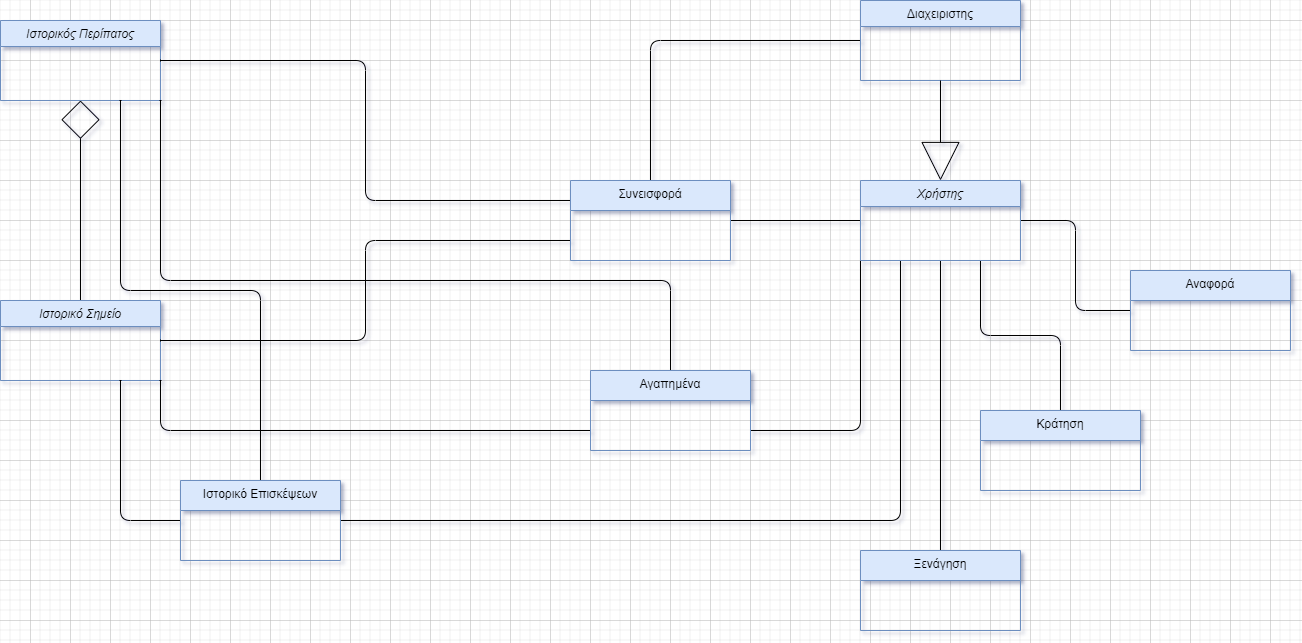
Above: NOTES/Domain Model v0.1.png in Nektar24/software-engineering (draw.io), before the change. Source tidied: cells renumbered, new cells last; positions are measured from the earlier drawing's top-left corner, leaving out a move shared by most shapes. The source it was exported from:
```xml
<mxGraphModel>
  <root>
    <mxCell id="0" />
    <mxCell id="1" parent="0" />
    <mxCell id="2" style="edgeStyle=orthogonalEdgeStyle;rounded=1;jettySize=auto;html=1;exitX=0;exitY=0.5;exitDx=0;exitDy=0;entryX=1;entryY=0.5;entryDx=0;entryDy=0;elbow=vertical;strokeColor=default;align=center;verticalAlign=middle;fontFamily=Helvetica;fontSize=11;fontColor=default;labelBackgroundColor=default;endArrow=baseDash;endFill=0;endSize=0;curved=0;" parent="1" edge="1" source="8" target="17">
      <mxGeometry relative="1" as="geometry" />
    </mxCell>
    <mxCell id="3" style="edgeStyle=orthogonalEdgeStyle;rounded=1;jettySize=auto;html=1;exitX=0.25;exitY=1;exitDx=0;exitDy=0;entryX=1;entryY=0.5;entryDx=0;entryDy=0;strokeColor=default;align=center;verticalAlign=middle;fontFamily=Helvetica;fontSize=11;fontColor=default;labelBackgroundColor=default;elbow=vertical;endArrow=baseDash;endFill=0;endSize=0;curved=0;" parent="1" edge="1" source="8" target="23">
      <mxGeometry relative="1" as="geometry" />
    </mxCell>
    <mxCell id="4" style="edgeStyle=orthogonalEdgeStyle;rounded=1;jettySize=auto;html=1;exitX=0;exitY=1;exitDx=0;exitDy=0;entryX=1;entryY=0.75;entryDx=0;entryDy=0;strokeColor=default;align=center;verticalAlign=middle;fontFamily=Helvetica;fontSize=11;fontColor=default;labelBackgroundColor=default;elbow=vertical;endArrow=baseDash;endFill=0;endSize=0;curved=0;" parent="1" edge="1" source="8" target="20">
      <mxGeometry relative="1" as="geometry" />
    </mxCell>
    <mxCell id="5" style="edgeStyle=orthogonalEdgeStyle;rounded=1;jettySize=auto;html=1;exitX=0.5;exitY=1;exitDx=0;exitDy=0;entryX=0.5;entryY=0;entryDx=0;entryDy=0;strokeColor=default;align=center;verticalAlign=middle;fontFamily=Helvetica;fontSize=11;fontColor=default;labelBackgroundColor=default;elbow=vertical;endArrow=baseDash;endFill=0;endSize=0;curved=0;" parent="1" edge="1" source="8" target="24">
      <mxGeometry relative="1" as="geometry" />
    </mxCell>
    <mxCell id="6" style="edgeStyle=orthogonalEdgeStyle;rounded=1;jettySize=auto;html=1;exitX=0.75;exitY=1;exitDx=0;exitDy=0;entryX=0.5;entryY=0;entryDx=0;entryDy=0;strokeColor=default;align=center;verticalAlign=middle;fontFamily=Helvetica;fontSize=11;fontColor=default;labelBackgroundColor=default;elbow=vertical;endArrow=baseDash;endFill=0;endSize=0;curved=0;" parent="1" edge="1" source="8" target="25">
      <mxGeometry relative="1" as="geometry" />
    </mxCell>
    <mxCell id="7" style="edgeStyle=orthogonalEdgeStyle;curved=0;rounded=1;jettySize=auto;html=1;exitX=1;exitY=0.5;exitDx=0;exitDy=0;entryX=0;entryY=0.5;entryDx=0;entryDy=0;strokeColor=default;align=center;verticalAlign=middle;fontFamily=Helvetica;fontSize=11;fontColor=default;labelBackgroundColor=default;elbow=vertical;endArrow=baseDash;endFill=0;endSize=0;" parent="1" edge="1" source="8" target="26">
      <mxGeometry relative="1" as="geometry" />
    </mxCell>
    <mxCell id="8" value="Χρήστης" style="swimlane;fontStyle=2;align=center;verticalAlign=top;horizontal=1;startSize=26;rounded=0;shadow=0;strokeWidth=1;fillColor=#dae8fc;strokeColor=#6c8ebf;" parent="1" vertex="1">
      <mxGeometry x="860" y="180" width="160" height="80" as="geometry" />
    </mxCell>
    <mxCell id="9" style="edgeStyle=orthogonalEdgeStyle;rounded=1;jettySize=auto;html=1;exitX=0;exitY=0.5;exitDx=0;exitDy=0;entryX=0.5;entryY=0;entryDx=0;entryDy=0;elbow=vertical;strokeColor=default;align=center;verticalAlign=middle;fontFamily=Helvetica;fontSize=11;fontColor=default;labelBackgroundColor=default;endArrow=baseDash;endFill=0;endSize=0;curved=0;" parent="1" edge="1" source="10" target="17">
      <mxGeometry relative="1" as="geometry" />
    </mxCell>
    <mxCell id="10" value="Διαχειριστης" style="swimlane;fontStyle=0;align=center;verticalAlign=top;horizontal=1;startSize=26;rounded=0;shadow=0;strokeWidth=1;fillColor=#dae8fc;strokeColor=#6c8ebf;" parent="1" vertex="1">
      <mxGeometry x="860" width="160" height="80" as="geometry" />
    </mxCell>
    <mxCell id="11" style="endArrow=block;endSize=36;endFill=0;shadow=0;strokeWidth=1;rounded=0;curved=1;edgeStyle=orthogonalEdgeStyle;elbow=vertical;" parent="1" edge="1" source="10" target="8">
      <mxGeometry relative="1" as="geometry" />
    </mxCell>
    <mxCell id="12" value="Ιστορικός Περίπατος" style="swimlane;fontStyle=2;align=center;verticalAlign=top;horizontal=1;startSize=26;rounded=0;shadow=0;strokeWidth=1;fillColor=#dae8fc;strokeColor=#6c8ebf;" parent="1" vertex="1">
      <mxGeometry y="20" width="160" height="80" as="geometry" />
    </mxCell>
    <mxCell id="13" style="edgeStyle=orthogonalEdgeStyle;rounded=1;jettySize=auto;html=1;exitX=0.5;exitY=0;exitDx=0;exitDy=0;entryX=0.5;entryY=1;entryDx=0;entryDy=0;endSize=36;endArrow=diamond;endFill=0;curved=0;" parent="1" edge="1" source="14" target="12">
      <mxGeometry relative="1" as="geometry" />
    </mxCell>
    <mxCell id="14" value="Ιστορικό Σημείο" style="swimlane;fontStyle=2;align=center;verticalAlign=top;horizontal=1;startSize=26;rounded=0;shadow=0;strokeWidth=1;fillColor=#dae8fc;strokeColor=#6c8ebf;" parent="1" vertex="1">
      <mxGeometry y="300" width="160" height="80" as="geometry" />
    </mxCell>
    <mxCell id="15" style="edgeStyle=orthogonalEdgeStyle;rounded=1;jettySize=auto;html=1;exitX=0;exitY=0.75;exitDx=0;exitDy=0;entryX=1;entryY=0.5;entryDx=0;entryDy=0;strokeColor=default;align=center;verticalAlign=middle;fontFamily=Helvetica;fontSize=11;fontColor=default;labelBackgroundColor=default;elbow=vertical;endArrow=baseDash;endFill=0;endSize=0;curved=0;" parent="1" edge="1" source="17" target="14">
      <mxGeometry relative="1" as="geometry" />
    </mxCell>
    <mxCell id="16" style="edgeStyle=orthogonalEdgeStyle;rounded=1;jettySize=auto;html=1;exitX=0;exitY=0.25;exitDx=0;exitDy=0;entryX=1;entryY=0.5;entryDx=0;entryDy=0;strokeColor=default;align=center;verticalAlign=middle;fontFamily=Helvetica;fontSize=11;fontColor=default;labelBackgroundColor=default;elbow=vertical;endArrow=baseDash;endFill=0;endSize=0;curved=0;" parent="1" edge="1" source="17" target="12">
      <mxGeometry relative="1" as="geometry" />
    </mxCell>
    <mxCell id="17" value="Συνεισφορά" style="swimlane;fontStyle=0;align=center;verticalAlign=top;horizontal=1;startSize=30;rounded=0;shadow=0;strokeWidth=1;fillColor=#dae8fc;strokeColor=#6c8ebf;" parent="1" vertex="1">
      <mxGeometry x="570" y="180" width="160" height="80" as="geometry" />
    </mxCell>
    <mxCell id="18" style="rounded=1;jettySize=auto;html=1;exitX=0.5;exitY=0;exitDx=0;exitDy=0;entryX=1;entryY=1;entryDx=0;entryDy=0;strokeColor=default;align=center;verticalAlign=middle;fontFamily=Helvetica;fontSize=11;fontColor=default;labelBackgroundColor=default;endArrow=baseDash;endFill=0;endSize=0;edgeStyle=orthogonalEdgeStyle;curved=0;" parent="1" edge="1" source="20" target="12">
      <mxGeometry relative="1" as="geometry">
        <Array as="points">
          <mxPoint x="670" y="280" />
          <mxPoint x="160" y="280" />
        </Array>
      </mxGeometry>
    </mxCell>
    <mxCell id="19" style="edgeStyle=orthogonalEdgeStyle;rounded=1;jettySize=auto;html=1;exitX=0;exitY=0.75;exitDx=0;exitDy=0;entryX=1;entryY=1;entryDx=0;entryDy=0;strokeColor=default;align=center;verticalAlign=middle;fontFamily=Helvetica;fontSize=11;fontColor=default;labelBackgroundColor=default;elbow=vertical;endArrow=baseDash;endFill=0;endSize=0;curved=0;" parent="1" edge="1" source="20" target="14">
      <mxGeometry relative="1" as="geometry" />
    </mxCell>
    <mxCell id="20" value="Αγαπημένα" style="swimlane;fontStyle=0;align=center;verticalAlign=top;horizontal=1;startSize=30;rounded=0;shadow=0;strokeWidth=1;fillColor=#dae8fc;strokeColor=#6c8ebf;" parent="1" vertex="1">
      <mxGeometry x="590" y="370" width="160" height="80" as="geometry" />
    </mxCell>
    <mxCell id="21" style="edgeStyle=orthogonalEdgeStyle;rounded=1;jettySize=auto;html=1;exitX=0.5;exitY=0;exitDx=0;exitDy=0;entryX=0.75;entryY=1;entryDx=0;entryDy=0;strokeColor=default;align=center;verticalAlign=middle;fontFamily=Helvetica;fontSize=11;fontColor=default;labelBackgroundColor=default;elbow=vertical;endArrow=baseDash;endSize=0;endFill=0;curved=0;" parent="1" edge="1" source="23" target="12">
      <mxGeometry relative="1" as="geometry" />
    </mxCell>
    <mxCell id="22" style="edgeStyle=orthogonalEdgeStyle;rounded=1;jettySize=auto;html=1;exitX=0;exitY=0.5;exitDx=0;exitDy=0;strokeColor=default;align=center;verticalAlign=middle;fontFamily=Helvetica;fontSize=11;fontColor=default;labelBackgroundColor=default;elbow=vertical;endArrow=baseDash;entryX=0.75;entryY=1;entryDx=0;entryDy=0;endFill=0;endSize=0;curved=0;" parent="1" edge="1" source="23" target="14">
      <mxGeometry relative="1" as="geometry" />
    </mxCell>
    <mxCell id="23" value="Ιστορικό Επισκέψεων" style="swimlane;fontStyle=0;align=center;verticalAlign=top;horizontal=1;startSize=30;rounded=0;shadow=0;strokeWidth=1;fillColor=#dae8fc;strokeColor=#6c8ebf;" parent="1" vertex="1">
      <mxGeometry x="180" y="480" width="160" height="80" as="geometry" />
    </mxCell>
    <mxCell id="24" value="Ξενάγηση" style="swimlane;fontStyle=0;align=center;verticalAlign=top;horizontal=1;startSize=30;rounded=0;shadow=0;strokeWidth=1;fillColor=#dae8fc;strokeColor=#6c8ebf;" parent="1" vertex="1">
      <mxGeometry x="860" y="550" width="160" height="80" as="geometry" />
    </mxCell>
    <mxCell id="25" value="Κράτηση" style="swimlane;fontStyle=0;align=center;verticalAlign=top;horizontal=1;startSize=30;rounded=0;shadow=0;strokeWidth=1;fillColor=#dae8fc;strokeColor=#6c8ebf;" parent="1" vertex="1">
      <mxGeometry x="980" y="410" width="160" height="80" as="geometry" />
    </mxCell>
    <mxCell id="26" value="Αναφορά" style="swimlane;fontStyle=0;align=center;verticalAlign=top;horizontal=1;startSize=30;rounded=0;shadow=0;strokeWidth=1;fillColor=#dae8fc;strokeColor=#6c8ebf;" parent="1" vertex="1">
      <mxGeometry x="1130" y="270" width="160" height="80" as="geometry" />
    </mxCell>
  </root>
</mxGraphModel>
```
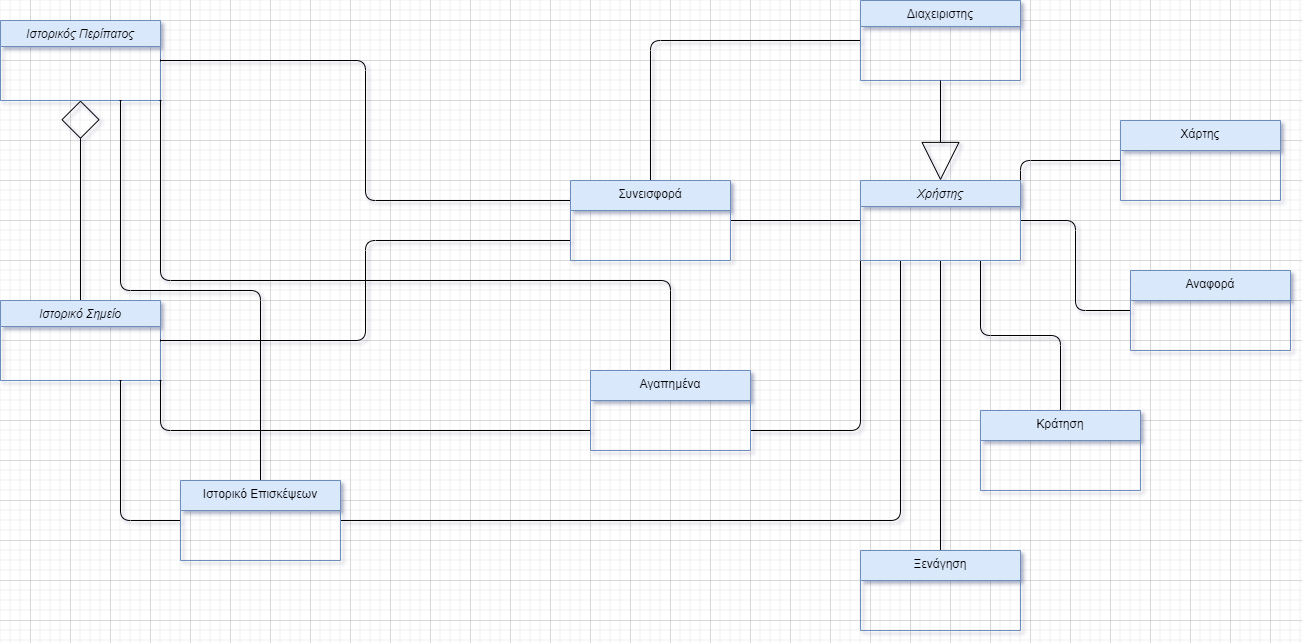
Above is the later version.

Commit message:
domain model

What changed in the source:
```diff
@@ -20,6 +20,9 @@
     <mxCell id="7" style="edgeStyle=orthogonalEdgeStyle;curved=0;rounded=1;jettySize=auto;html=1;exitX=1;exitY=0.5;exitDx=0;exitDy=0;entryX=0;entryY=0.5;entryDx=0;entryDy=0;strokeColor=default;align=center;verticalAlign=middle;fontFamily=Helvetica;fontSize=11;fontColor=default;labelBackgroundColor=default;elbow=vertical;endArrow=baseDash;endFill=0;endSize=0;" parent="1" edge="1" source="8" target="26">
       <mxGeometry relative="1" as="geometry" />
     </mxCell>
+    <mxCell id="27" style="edgeStyle=orthogonalEdgeStyle;curved=0;rounded=1;jettySize=auto;html=1;exitX=1;exitY=0;exitDx=0;exitDy=0;entryX=0;entryY=0.5;entryDx=0;entryDy=0;strokeColor=default;align=center;verticalAlign=middle;fontFamily=Helvetica;fontSize=11;fontColor=default;labelBackgroundColor=default;elbow=vertical;endArrow=baseDash;endFill=0;endSize=0;" parent="1" edge="1" source="8" target="28">
+      <mxGeometry relative="1" as="geometry" />
+    </mxCell>
     <mxCell id="8" value="Χρήστης" style="swimlane;fontStyle=2;align=center;verticalAlign=top;horizontal=1;startSize=26;rounded=0;shadow=0;strokeWidth=1;fillColor=#dae8fc;strokeColor=#6c8ebf;" parent="1" vertex="1">
       <mxGeometry x="860" y="180" width="160" height="80" as="geometry" />
     </mxCell>
@@ -82,5 +85,8 @@
     <mxCell id="26" value="Αναφορά" style="swimlane;fontStyle=0;align=center;verticalAlign=top;horizontal=1;startSize=30;rounded=0;shadow=0;strokeWidth=1;fillColor=#dae8fc;strokeColor=#6c8ebf;" parent="1" vertex="1">
       <mxGeometry x="1130" y="270" width="160" height="80" as="geometry" />
     </mxCell>
+    <mxCell id="28" value="Χάρτης" style="swimlane;fontStyle=0;align=center;verticalAlign=top;horizontal=1;startSize=30;rounded=0;shadow=0;strokeWidth=1;fillColor=#dae8fc;strokeColor=#6c8ebf;" parent="1" vertex="1">
+      <mxGeometry x="1120" y="120" width="160" height="80" as="geometry" />
+    </mxCell>
   </root>
 </mxGraphModel>
```
